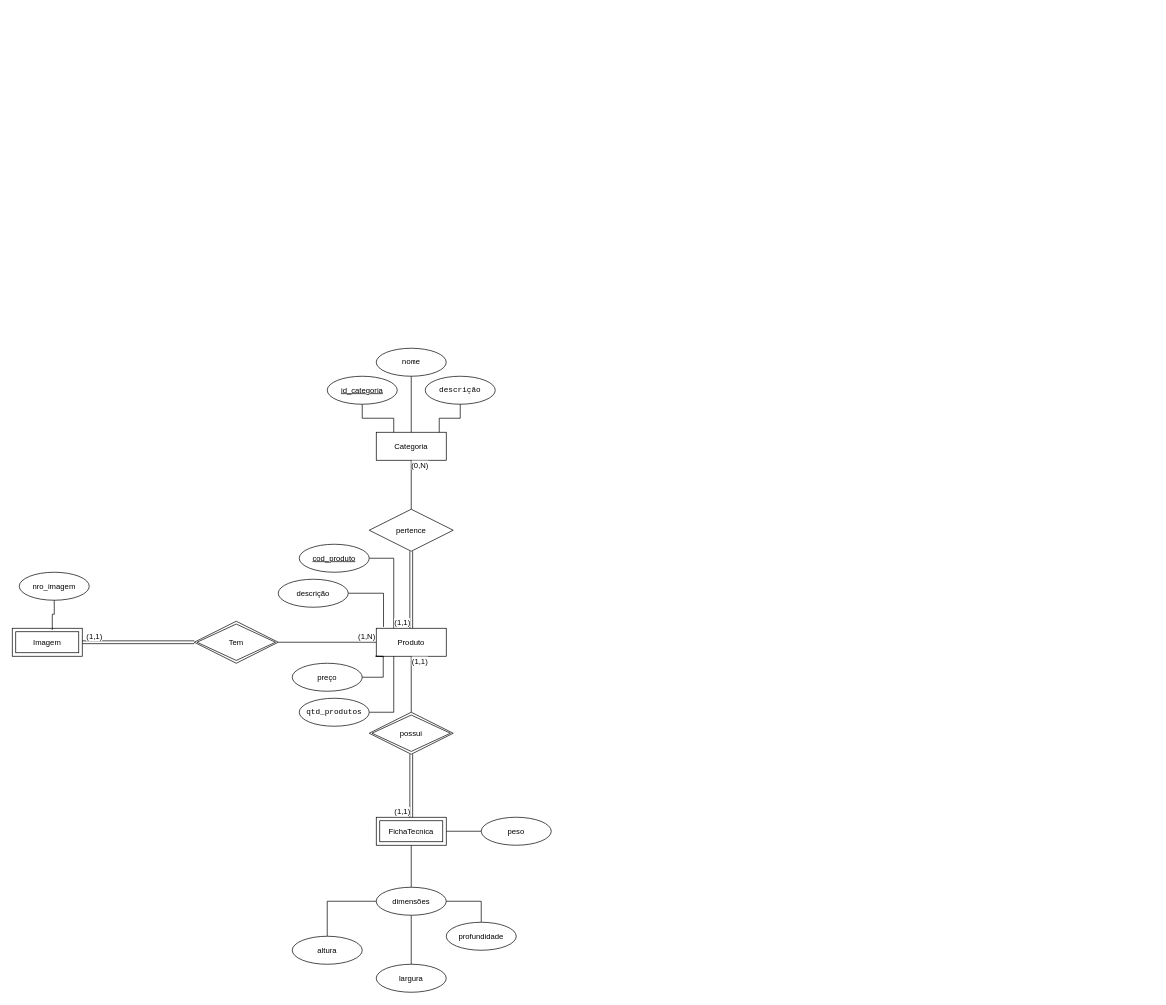
This is Mind.drawio from Teroriata/BANCO-DE-DADOS-2025.2, a draw.io file, before an edit. Source tidied: cells renumbered, new cells numbered last; positions are measured from the earlier drawing's top-left corner, leaving out a move shared by most shapes. Both pictures are drawn from the tidied source at 70%, with x=0, y=0 at pixel (12, 348).
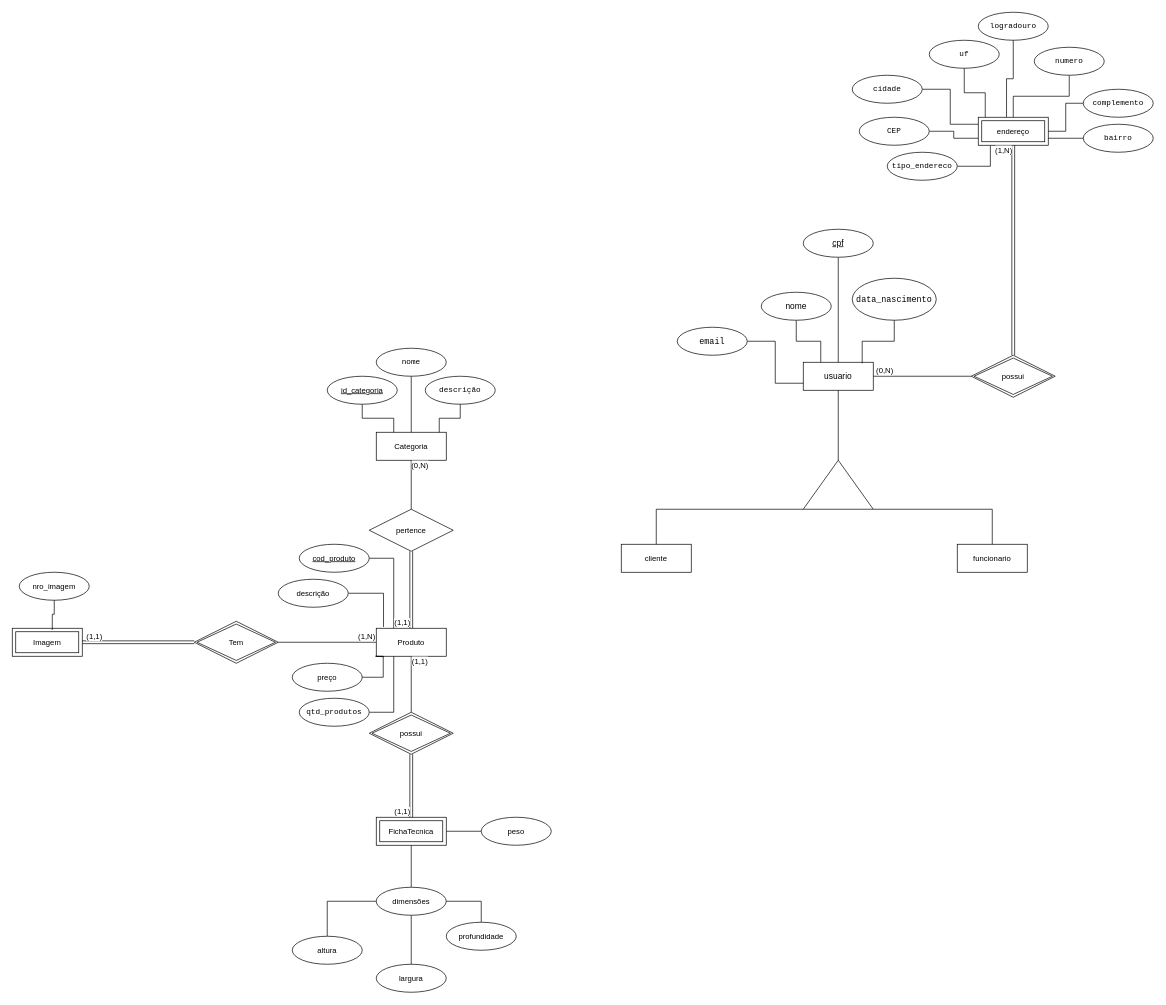
The same page after the edit.

Change to the diagram source:
```diff
@@
+    <mxCell id="47" style="edgeStyle=orthogonalEdgeStyle;shape=connector;rounded=0;jettySize=auto;html=1;entryX=0;entryY=0.5;entryDx=0;entryDy=0;strokeColor=default;align=center;verticalAlign=middle;fontFamily=Helvetica;fontSize=11;fontColor=default;labelBackgroundColor=default;endArrow=none;endFill=0;" parent="1" edge="1" source="48" target="61">
+      <mxGeometry relative="1" as="geometry" />
+    </mxCell>
+    <mxCell id="48" value="usuario" style="whiteSpace=wrap;html=1;align=center;" parent="1" vertex="1">
+      <mxGeometry x="1130" y="20" width="100" height="40" as="geometry" />
+    </mxCell>
+    <mxCell id="49" style="edgeStyle=orthogonalEdgeStyle;shape=connector;rounded=0;jettySize=auto;html=1;entryX=0.5;entryY=0;entryDx=0;entryDy=0;strokeColor=default;align=center;verticalAlign=middle;fontFamily=Helvetica;fontSize=11;fontColor=default;labelBackgroundColor=default;endArrow=none;endFill=0;" parent="1" edge="1" source="50" target="48">
+      <mxGeometry relative="1" as="geometry" />
+    </mxCell>
+    <mxCell id="50" value="cpf" style="ellipse;whiteSpace=wrap;html=1;align=center;fontStyle=4;" parent="1" vertex="1">
+      <mxGeometry x="1130" y="-170" width="100" height="40" as="geometry" />
+    </mxCell>
+    <mxCell id="51" style="edgeStyle=orthogonalEdgeStyle;shape=connector;rounded=0;jettySize=auto;html=1;strokeColor=default;align=center;verticalAlign=middle;fontFamily=Helvetica;fontSize=11;fontColor=default;labelBackgroundColor=default;endArrow=none;endFill=0;entryX=0.25;entryY=0;entryDx=0;entryDy=0;" parent="1" edge="1" source="52" target="48">
+      <mxGeometry relative="1" as="geometry" />
+    </mxCell>
+    <mxCell id="52" value="nome" style="ellipse;whiteSpace=wrap;html=1;align=center;" parent="1" vertex="1">
+      <mxGeometry x="1070" y="-80" width="100" height="40" as="geometry" />
+    </mxCell>
+    <mxCell id="53" value="&lt;code&gt;data_nascimento&lt;/code&gt;" style="ellipse;whiteSpace=wrap;html=1;align=center;" parent="1" vertex="1">
+      <mxGeometry x="1200" y="-100" width="120" height="60" as="geometry" />
+    </mxCell>
+    <mxCell id="54" style="edgeStyle=orthogonalEdgeStyle;rounded=0;jettySize=auto;html=1;entryX=0;entryY=0.75;entryDx=0;entryDy=0;endArrow=none;endFill=0;" parent="1" edge="1" source="55" target="48">
+      <mxGeometry relative="1" as="geometry" />
+    </mxCell>
+    <mxCell id="55" value="&lt;code&gt;email&lt;/code&gt;" style="ellipse;whiteSpace=wrap;html=1;align=center;" parent="1" vertex="1">
+      <mxGeometry x="950" y="-30" width="100" height="40" as="geometry" />
+    </mxCell>
+    <mxCell id="56" style="edgeStyle=orthogonalEdgeStyle;shape=connector;rounded=0;jettySize=auto;html=1;entryX=0.842;entryY=0.038;entryDx=0;entryDy=0;entryPerimeter=0;strokeColor=default;align=center;verticalAlign=middle;fontFamily=Helvetica;fontSize=11;fontColor=default;labelBackgroundColor=default;endArrow=none;endFill=0;" parent="1" edge="1" source="53" target="48">
+      <mxGeometry relative="1" as="geometry" />
+    </mxCell>
+    <mxCell id="57" style="verticalLabelPosition=bottom;verticalAlign=top;html=1;shape=mxgraph.basic.acute_triangle;dx=0.5;fontFamily=Helvetica;fontSize=11;fontColor=default;labelBackgroundColor=default;" parent="1" vertex="1">
+      <mxGeometry x="1130" y="160" width="100" height="70" as="geometry" />
+    </mxCell>
+    <mxCell id="58" style="edgeStyle=orthogonalEdgeStyle;shape=connector;rounded=0;jettySize=auto;html=1;entryX=0;entryY=0;entryDx=50;entryDy=0;entryPerimeter=0;strokeColor=default;align=center;verticalAlign=middle;fontFamily=Helvetica;fontSize=11;fontColor=default;labelBackgroundColor=default;endArrow=none;endFill=0;" parent="1" edge="1" source="48" target="57">
+      <mxGeometry relative="1" as="geometry" />
+    </mxCell>
+    <mxCell id="59" value="cliente" style="whiteSpace=wrap;html=1;align=center;fontFamily=Helvetica;fontSize=11;fontColor=default;labelBackgroundColor=default;" parent="1" vertex="1">
+      <mxGeometry x="870" y="280" width="100" height="40" as="geometry" />
+    </mxCell>
+    <mxCell id="60" value="funcionario" style="whiteSpace=wrap;html=1;align=center;fontFamily=Helvetica;fontSize=11;fontColor=default;labelBackgroundColor=default;" parent="1" vertex="1">
+      <mxGeometry x="1350" y="280" width="100" height="40" as="geometry" />
+    </mxCell>
+    <mxCell id="61" value="possui" style="shape=rhombus;double=1;perimeter=rhombusPerimeter;whiteSpace=wrap;html=1;align=center;fontFamily=Helvetica;fontSize=11;fontColor=default;labelBackgroundColor=default;" parent="1" vertex="1">
+      <mxGeometry x="1370" y="10" width="120" height="60" as="geometry" />
+    </mxCell>
+    <mxCell id="62" value="endereço" style="shape=ext;margin=3;double=1;whiteSpace=wrap;html=1;align=center;fontFamily=Helvetica;fontSize=11;fontColor=default;labelBackgroundColor=default;" parent="1" vertex="1">
+      <mxGeometry x="1380" y="-330" width="100" height="40" as="geometry" />
+    </mxCell>
+    <mxCell id="63" style="shape=link;html=1;rounded=0;strokeColor=default;align=center;verticalAlign=middle;fontFamily=Helvetica;fontSize=11;fontColor=default;labelBackgroundColor=default;edgeStyle=orthogonalEdgeStyle;endArrow=none;endFill=0;exitX=0.5;exitY=0;exitDx=0;exitDy=0;entryX=0.5;entryY=1;entryDx=0;entryDy=0;" parent="1" edge="1" source="61" target="62">
+      <mxGeometry relative="1" as="geometry" />
+    </mxCell>
+    <mxCell id="64" value="(1,N)" style="html=1;whiteSpace=wrap;align=right;verticalAlign=bottom;fontFamily=Helvetica;fontSize=11;fontColor=default;labelBackgroundColor=default;" parent="63" vertex="1">
+      <mxGeometry x="1" relative="1" as="geometry">
+        <mxPoint y="15" as="offset" />
+      </mxGeometry>
+    </mxCell>
+    <mxCell id="65" style="edgeStyle=orthogonalEdgeStyle;shape=connector;rounded=0;jettySize=auto;html=1;entryX=0.173;entryY=1.017;entryDx=0;entryDy=0;strokeColor=default;align=center;verticalAlign=middle;fontFamily=Helvetica;fontSize=11;fontColor=default;labelBackgroundColor=default;endArrow=none;endFill=0;entryPerimeter=0;" parent="1" edge="1" source="66" target="62">
+      <mxGeometry relative="1" as="geometry" />
+    </mxCell>
+    <mxCell id="66" value="&lt;code&gt;tipo_endereco&lt;/code&gt;" style="ellipse;whiteSpace=wrap;html=1;align=center;fontFamily=Helvetica;fontSize=11;fontColor=default;labelBackgroundColor=default;" parent="1" vertex="1">
+      <mxGeometry x="1250" y="-280" width="100" height="40" as="geometry" />
+    </mxCell>
+    <mxCell id="67" value="&lt;code&gt;logradouro&lt;/code&gt;" style="ellipse;whiteSpace=wrap;html=1;align=center;fontFamily=Helvetica;fontSize=11;fontColor=default;labelBackgroundColor=default;" parent="1" vertex="1">
+      <mxGeometry x="1380" y="-480" width="100" height="40" as="geometry" />
+    </mxCell>
+    <mxCell id="68" style="edgeStyle=orthogonalEdgeStyle;shape=connector;rounded=0;jettySize=auto;html=1;entryX=0.404;entryY=-0.008;entryDx=0;entryDy=0;entryPerimeter=0;strokeColor=default;align=center;verticalAlign=middle;fontFamily=Helvetica;fontSize=11;fontColor=default;labelBackgroundColor=default;endArrow=none;endFill=0;" parent="1" edge="1" source="67" target="62">
+      <mxGeometry relative="1" as="geometry" />
+    </mxCell>
+    <mxCell id="69" style="edgeStyle=orthogonalEdgeStyle;shape=connector;rounded=0;jettySize=auto;html=1;strokeColor=default;align=center;verticalAlign=middle;fontFamily=Helvetica;fontSize=11;fontColor=default;labelBackgroundColor=default;endArrow=none;endFill=0;" parent="1" edge="1" source="70" target="62">
+      <mxGeometry relative="1" as="geometry" />
+    </mxCell>
+    <mxCell id="70" value="&lt;code&gt;numero&lt;/code&gt;" style="ellipse;whiteSpace=wrap;html=1;align=center;fontFamily=Helvetica;fontSize=11;fontColor=default;labelBackgroundColor=default;" parent="1" vertex="1">
+      <mxGeometry x="1460" y="-430" width="100" height="40" as="geometry" />
+    </mxCell>
+    <mxCell id="71" style="edgeStyle=orthogonalEdgeStyle;shape=connector;rounded=0;jettySize=auto;html=1;entryX=1;entryY=0.5;entryDx=0;entryDy=0;strokeColor=default;align=center;verticalAlign=middle;fontFamily=Helvetica;fontSize=11;fontColor=default;labelBackgroundColor=default;endArrow=none;endFill=0;" parent="1" edge="1" source="72" target="62">
+      <mxGeometry relative="1" as="geometry" />
+    </mxCell>
+    <mxCell id="72" value="&lt;code&gt;complemento&lt;/code&gt;" style="ellipse;whiteSpace=wrap;html=1;align=center;fontFamily=Helvetica;fontSize=11;fontColor=default;labelBackgroundColor=default;" parent="1" vertex="1">
+      <mxGeometry x="1530" y="-370" width="100" height="40" as="geometry" />
+    </mxCell>
+    <mxCell id="73" style="edgeStyle=orthogonalEdgeStyle;shape=connector;rounded=0;jettySize=auto;html=1;entryX=1;entryY=0.75;entryDx=0;entryDy=0;strokeColor=default;align=center;verticalAlign=middle;fontFamily=Helvetica;fontSize=11;fontColor=default;labelBackgroundColor=default;endArrow=none;endFill=0;" parent="1" edge="1" source="74" target="62">
+      <mxGeometry relative="1" as="geometry" />
+    </mxCell>
+    <mxCell id="74" value="&lt;code&gt;bairro&lt;/code&gt;" style="ellipse;whiteSpace=wrap;html=1;align=center;fontFamily=Helvetica;fontSize=11;fontColor=default;labelBackgroundColor=default;" parent="1" vertex="1">
+      <mxGeometry x="1530" y="-320" width="100" height="40" as="geometry" />
+    </mxCell>
+    <mxCell id="75" style="edgeStyle=orthogonalEdgeStyle;shape=connector;rounded=0;jettySize=auto;html=1;entryX=0;entryY=0.25;entryDx=0;entryDy=0;strokeColor=default;align=center;verticalAlign=middle;fontFamily=Helvetica;fontSize=11;fontColor=default;labelBackgroundColor=default;endArrow=none;endFill=0;" parent="1" edge="1" source="76" target="62">
+      <mxGeometry relative="1" as="geometry" />
+    </mxCell>
+    <mxCell id="76" value="&lt;code&gt;cidade&lt;/code&gt;" style="ellipse;whiteSpace=wrap;html=1;align=center;fontFamily=Helvetica;fontSize=11;fontColor=default;labelBackgroundColor=default;" parent="1" vertex="1">
+      <mxGeometry x="1200" y="-390" width="100" height="40" as="geometry" />
+    </mxCell>
+    <mxCell id="77" value="&lt;code&gt;uf&lt;/code&gt;" style="ellipse;whiteSpace=wrap;html=1;align=center;fontFamily=Helvetica;fontSize=11;fontColor=default;labelBackgroundColor=default;" parent="1" vertex="1">
+      <mxGeometry x="1310" y="-440" width="100" height="40" as="geometry" />
+    </mxCell>
+    <mxCell id="78" style="edgeStyle=orthogonalEdgeStyle;shape=connector;rounded=0;jettySize=auto;html=1;entryX=0.1;entryY=0;entryDx=0;entryDy=0;entryPerimeter=0;strokeColor=default;align=center;verticalAlign=middle;fontFamily=Helvetica;fontSize=11;fontColor=default;labelBackgroundColor=default;endArrow=none;endFill=0;" parent="1" edge="1" source="77" target="62">
+      <mxGeometry relative="1" as="geometry" />
+    </mxCell>
+    <mxCell id="79" style="edgeStyle=orthogonalEdgeStyle;shape=connector;rounded=0;jettySize=auto;html=1;entryX=0;entryY=0.75;entryDx=0;entryDy=0;strokeColor=default;align=center;verticalAlign=middle;fontFamily=Helvetica;fontSize=11;fontColor=default;labelBackgroundColor=default;endArrow=none;endFill=0;" parent="1" edge="1" source="80" target="62">
+      <mxGeometry relative="1" as="geometry" />
+    </mxCell>
+    <mxCell id="80" value="&lt;code&gt;CEP&lt;/code&gt;" style="ellipse;whiteSpace=wrap;html=1;align=center;fontFamily=Helvetica;fontSize=11;fontColor=default;labelBackgroundColor=default;" parent="1" vertex="1">
+      <mxGeometry x="1210" y="-330" width="100" height="40" as="geometry" />
+    </mxCell>
+    <mxCell id="81" value="(0,N)" style="html=1;whiteSpace=wrap;align=right;verticalAlign=bottom;fontFamily=Helvetica;fontSize=11;fontColor=default;labelBackgroundColor=default;" parent="1" vertex="1">
+      <mxGeometry x="1260" y="40" as="geometry" />
+    </mxCell>
+    <mxCell id="82" style="edgeStyle=orthogonalEdgeStyle;shape=connector;rounded=0;jettySize=auto;html=1;entryX=1;entryY=1;entryDx=0;entryDy=0;entryPerimeter=0;strokeColor=default;align=center;verticalAlign=middle;fontFamily=Helvetica;fontSize=11;fontColor=default;labelBackgroundColor=default;endArrow=none;endFill=0;" parent="1" edge="1" source="60" target="57">
+      <mxGeometry relative="1" as="geometry">
+        <Array as="points">
+          <mxPoint x="1400" y="230" />
+        </Array>
+      </mxGeometry>
+    </mxCell>
+    <mxCell id="83" style="edgeStyle=orthogonalEdgeStyle;shape=connector;rounded=0;jettySize=auto;html=1;entryX=0;entryY=1;entryDx=0;entryDy=0;entryPerimeter=0;strokeColor=default;align=center;verticalAlign=middle;fontFamily=Helvetica;fontSize=11;fontColor=default;labelBackgroundColor=default;endArrow=none;endFill=0;" parent="1" edge="1" source="59" target="57">
+      <mxGeometry relative="1" as="geometry">
+        <Array as="points">
+          <mxPoint x="920" y="230" />
+        </Array>
+      </mxGeometry>
+    </mxCell>
```
